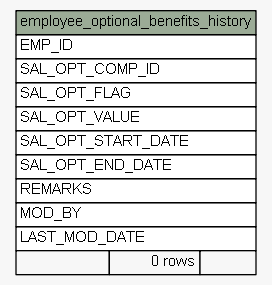
The Graphviz diagram docs/database/schemaspy/graphs/summary/employee_optional_benefits_history.1degree.png in engineerscraft/hrms, before a commit. Its source is kept beside it as docs/database/schemaspy/graphs/summary/employee_optional_benefits_history.1degree.dot.
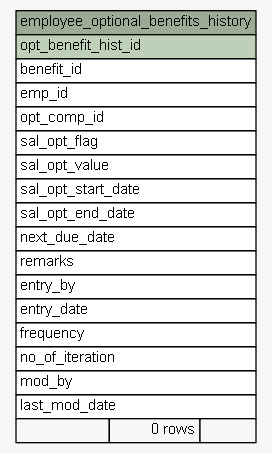
Later version of the same file.

Diff of the diagram source:
```diff
@@ -15,15 +15,22 @@
     label=<
     <TABLE BORDER="0" CELLBORDER="1" CELLSPACING="0" BGCOLOR="#ffffff">
       <TR><TD PORT="employee_optional_benefits_history.heading" COLSPAN="3" BGCOLOR="#9bab96" ALIGN="CENTER">employee_optional_benefits_history</TD></TR>
-      <TR><TD PORT="EMP_ID" COLSPAN="3" ALIGN="LEFT">EMP_ID</TD></TR>
-      <TR><TD PORT="SAL_OPT_COMP_ID" COLSPAN="3" ALIGN="LEFT">SAL_OPT_COMP_ID</TD></TR>
-      <TR><TD PORT="SAL_OPT_FLAG" COLSPAN="3" ALIGN="LEFT">SAL_OPT_FLAG</TD></TR>
-      <TR><TD PORT="SAL_OPT_VALUE" COLSPAN="3" ALIGN="LEFT">SAL_OPT_VALUE</TD></TR>
-      <TR><TD PORT="SAL_OPT_START_DATE" COLSPAN="3" ALIGN="LEFT">SAL_OPT_START_DATE</TD></TR>
-      <TR><TD PORT="SAL_OPT_END_DATE" COLSPAN="3" ALIGN="LEFT">SAL_OPT_END_DATE</TD></TR>
-      <TR><TD PORT="REMARKS" COLSPAN="3" ALIGN="LEFT">REMARKS</TD></TR>
-      <TR><TD PORT="MOD_BY" COLSPAN="3" ALIGN="LEFT">MOD_BY</TD></TR>
-      <TR><TD PORT="LAST_MOD_DATE" COLSPAN="3" ALIGN="LEFT">LAST_MOD_DATE</TD></TR>
+      <TR><TD PORT="opt_benefit_hist_id" COLSPAN="3" BGCOLOR="#bed1b8" ALIGN="LEFT">opt_benefit_hist_id</TD></TR>
+      <TR><TD PORT="benefit_id" COLSPAN="3" ALIGN="LEFT">benefit_id</TD></TR>
+      <TR><TD PORT="emp_id" COLSPAN="3" ALIGN="LEFT">emp_id</TD></TR>
+      <TR><TD PORT="opt_comp_id" COLSPAN="3" ALIGN="LEFT">opt_comp_id</TD></TR>
+      <TR><TD PORT="sal_opt_flag" COLSPAN="3" ALIGN="LEFT">sal_opt_flag</TD></TR>
+      <TR><TD PORT="sal_opt_value" COLSPAN="3" ALIGN="LEFT">sal_opt_value</TD></TR>
+      <TR><TD PORT="sal_opt_start_date" COLSPAN="3" ALIGN="LEFT">sal_opt_start_date</TD></TR>
+      <TR><TD PORT="sal_opt_end_date" COLSPAN="3" ALIGN="LEFT">sal_opt_end_date</TD></TR>
+      <TR><TD PORT="next_due_date" COLSPAN="3" ALIGN="LEFT">next_due_date</TD></TR>
+      <TR><TD PORT="remarks" COLSPAN="3" ALIGN="LEFT">remarks</TD></TR>
+      <TR><TD PORT="entry_by" COLSPAN="3" ALIGN="LEFT">entry_by</TD></TR>
+      <TR><TD PORT="entry_date" COLSPAN="3" ALIGN="LEFT">entry_date</TD></TR>
+      <TR><TD PORT="frequency" COLSPAN="3" ALIGN="LEFT">frequency</TD></TR>
+      <TR><TD PORT="no_of_iteration" COLSPAN="3" ALIGN="LEFT">no_of_iteration</TD></TR>
+      <TR><TD PORT="mod_by" COLSPAN="3" ALIGN="LEFT">mod_by</TD></TR>
+      <TR><TD PORT="last_mod_date" COLSPAN="3" ALIGN="LEFT">last_mod_date</TD></TR>
       <TR><TD ALIGN="LEFT" BGCOLOR="#f7f7f7">  </TD><TD ALIGN="RIGHT" BGCOLOR="#f7f7f7">0 rows</TD><TD ALIGN="RIGHT" BGCOLOR="#f7f7f7">  </TD></TR>
     </TABLE>>
     URL="tables/employee_optional_benefits_history.html#"
```
